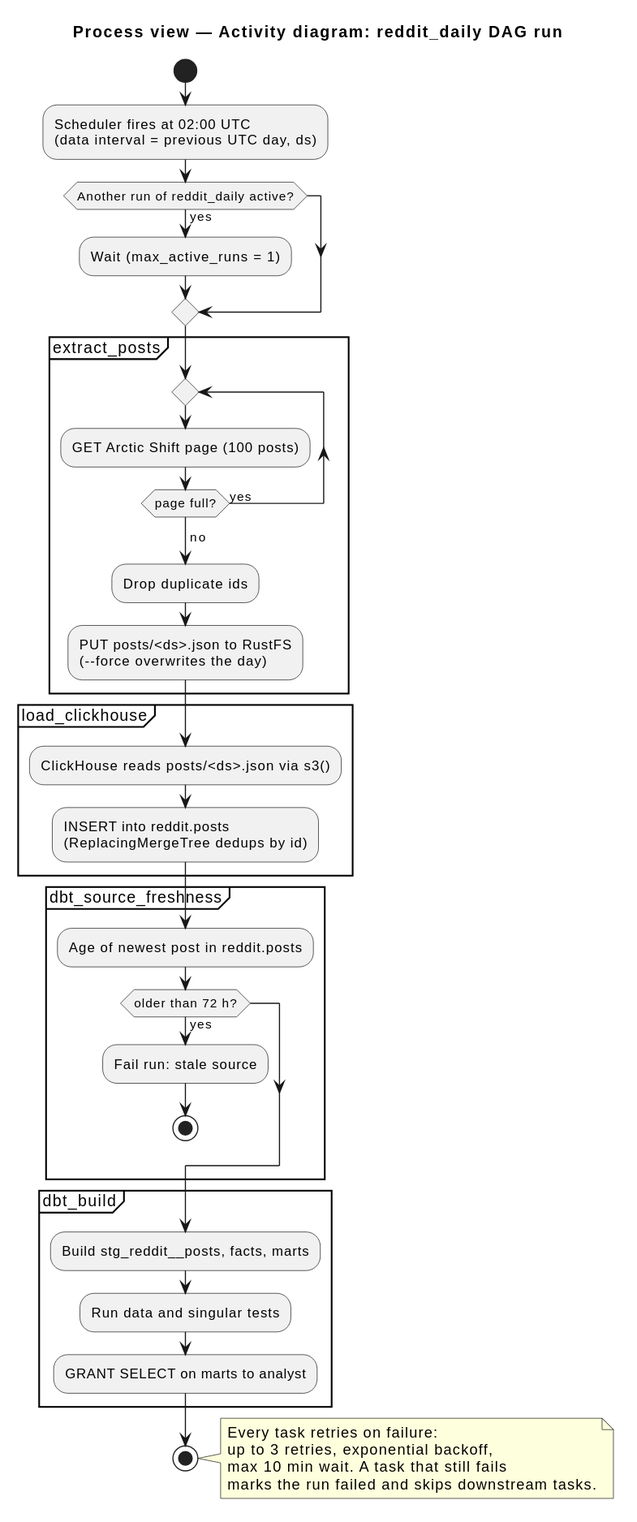
Before: docs/architecture/diagrams/activity-dag.svg, a diagram exported from PlantUML (modsomjeed/reddit-dataeng).
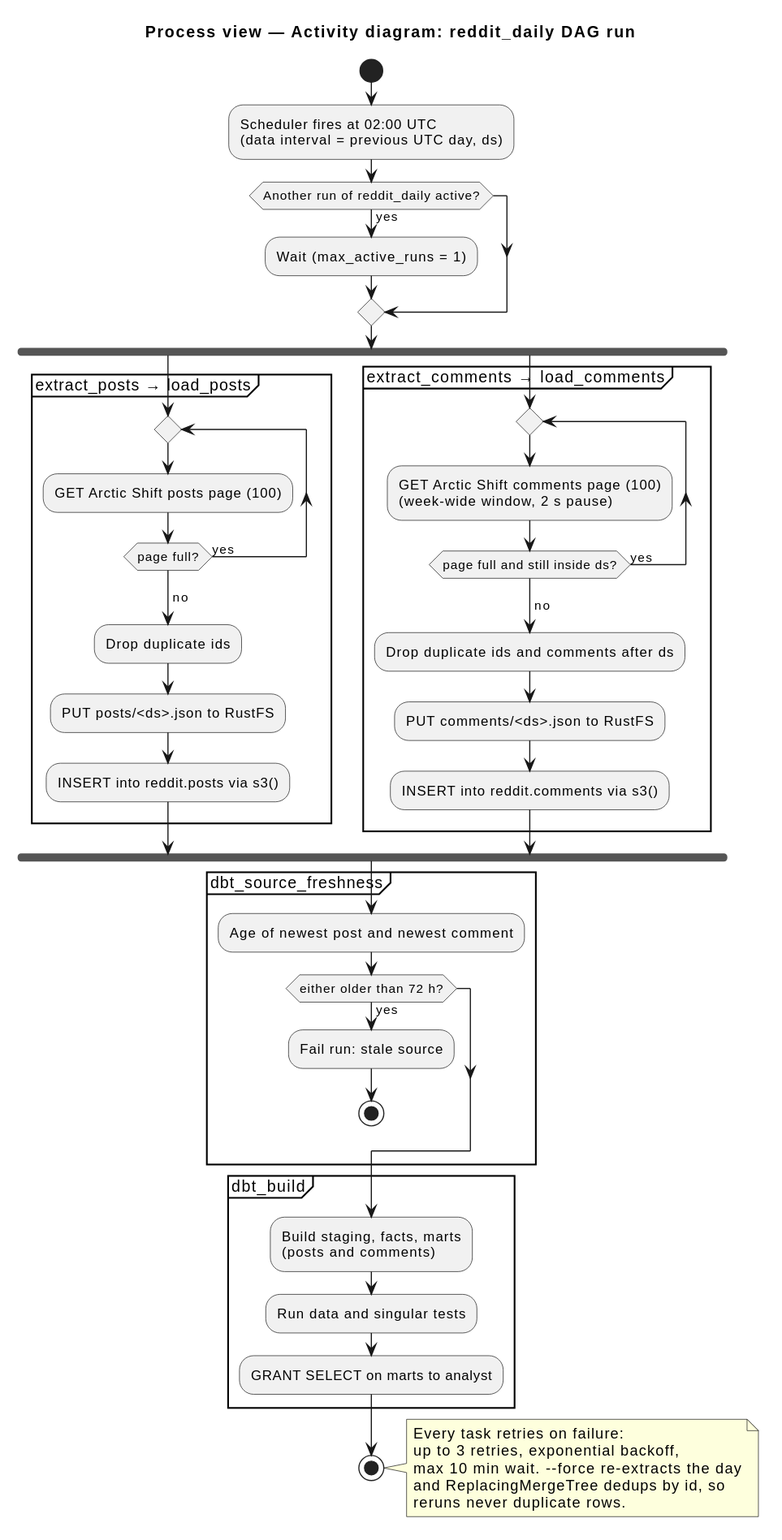
After the change.

Diff of the diagram source:
```diff
@@ -7,27 +7,36 @@
 if (Another run of reddit_daily active?) then (yes)
   :Wait (max_active_runs = 1);
 endif
-partition "extract_posts" {
-  repeat
-    :GET Arctic Shift page (100 posts);
-  repeat while (page full?) is (yes)
-  ->no;
-  :Drop duplicate ids;
-  :PUT posts/<ds>.json to RustFS\n(--force overwrites the day);
-}
-partition "load_clickhouse" {
-  :ClickHouse reads posts/<ds>.json via s3();
-  :INSERT into reddit.posts\n(ReplacingMergeTree dedups by id);
-}
+fork
+  partition "extract_posts → load_posts" {
+    repeat
+      :GET Arctic Shift posts page (100);
+    repeat while (page full?) is (yes)
+    ->no;
+    :Drop duplicate ids;
+    :PUT posts/<ds>.json to RustFS;
+    :INSERT into reddit.posts via s3();
+  }
+fork again
+  partition "extract_comments → load_comments" {
+    repeat
+      :GET Arctic Shift comments page (100)\n(week-wide window, 2 s pause);
+    repeat while (page full and still inside ds?) is (yes)
+    ->no;
+    :Drop duplicate ids and comments after ds;
+    :PUT comments/<ds>.json to RustFS;
+    :INSERT into reddit.comments via s3();
+  }
+end fork
 partition "dbt_source_freshness" {
-  :Age of newest post in reddit.posts;
-  if (older than 72 h?) then (yes)
+  :Age of newest post and newest comment;
+  if (either older than 72 h?) then (yes)
     :Fail run: stale source;
     stop
   endif
 }
 partition "dbt_build" {
-  :Build stg_reddit__posts, facts, marts;
+  :Build staging, facts, marts\n(posts and comments);
   :Run data and singular tests;
   :GRANT SELECT on marts to analyst;
 }
@@ -35,7 +44,8 @@
 note right
   Every task retries on failure:
   up to 3 retries, exponential backoff,
-  max 10 min wait. A task that still fails
-  marks the run failed and skips downstream tasks.
+  max 10 min wait. --force re-extracts the day
+  and ReplacingMergeTree dedups by id, so
+  reruns never duplicate rows.
 end note
 @enduml
```
